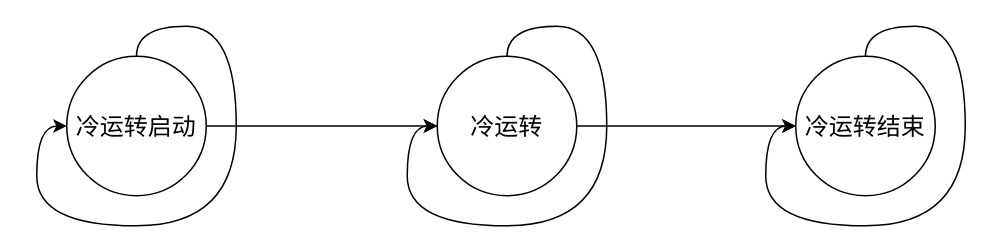
The draw.io diagram 状态转换.drawio in nianqingdeguowang/python, before the edit. Source tidied: cells renumbered, new cells numbered last; positions are measured from the earlier drawing's top-left corner, leaving out a move shared by most shapes. Both pictures are drawn from the tidied source at 150%, with x=0, y=0 at pixel (66, 56).
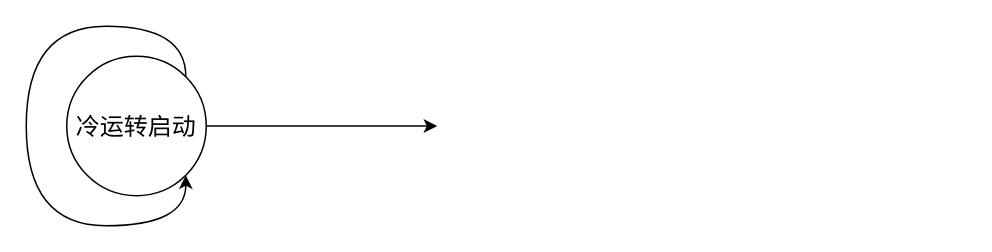
Above is the later version.

Commit message (it also covers changes not shown here):
更新状态转换.drawio

The edit, as a diff of the source:
```diff
@@
 <mxGraphModel>
   <root>
     <mxCell id="0" />
     <mxCell id="1" parent="0" />
-    <mxCell id="2" style="edgeStyle=orthogonalEdgeStyle;rounded=0;jettySize=auto;html=1;exitX=1;exitY=0.5;exitDx=0;exitDy=0;" parent="1" edge="1" source="3" target="6">
-      <mxGeometry relative="1" as="geometry" />
+    <mxCell id="2" style="edgeStyle=orthogonalEdgeStyle;rounded=0;jettySize=auto;html=1;exitX=1;exitY=0.5;exitDx=0;exitDy=0;" parent="1" edge="1" source="3">
+      <mxGeometry relative="1" as="geometry">
+        <mxPoint x="247" y="46.5" as="targetPoint" />
+      </mxGeometry>
     </mxCell>
     <mxCell id="3" value="&lt;font style=&quot;font-size: 16px;&quot;&gt;冷运转启动&lt;/font&gt;" style="ellipse;whiteSpace=wrap;html=1;" parent="1" vertex="1">
       <mxGeometry width="93" height="93" as="geometry" />
     </mxCell>
-    <mxCell id="4" style="edgeStyle=orthogonalEdgeStyle;rounded=0;orthogonalLoop=1;jettySize=auto;html=1;exitX=0.5;exitY=0;exitDx=0;exitDy=0;entryX=0;entryY=0.5;entryDx=0;entryDy=0;curved=1;" parent="1" edge="1" source="3" target="3">
-      <mxGeometry relative="1" as="geometry" />
+    <mxCell id="4" style="edgeStyle=orthogonalEdgeStyle;rounded=0;orthogonalLoop=1;jettySize=auto;html=1;exitX=1;exitY=0;exitDx=0;exitDy=0;entryX=1;entryY=1;entryDx=0;entryDy=0;curved=1;" parent="1" edge="1" source="3" target="3">
+      <mxGeometry relative="1" as="geometry">
+        <Array as="points">
+          <mxPoint x="79" y="-20" />
+          <mxPoint x="-27" y="-20" />
+          <mxPoint x="-27" y="113" />
+          <mxPoint x="79" y="113" />
+        </Array>
+      </mxGeometry>
     </mxCell>
-    <mxCell id="5" style="edgeStyle=orthogonalEdgeStyle;rounded=0;jettySize=auto;html=1;exitX=1;exitY=0.5;exitDx=0;exitDy=0;" parent="1" edge="1" source="6" target="8">
-      <mxGeometry relative="1" as="geometry" />
-    </mxCell>
-    <mxCell id="6" value="&lt;font style=&quot;font-size: 16px;&quot;&gt;冷运转&lt;/font&gt;" style="ellipse;whiteSpace=wrap;html=1;" parent="1" vertex="1">
-      <mxGeometry x="247" width="93" height="93" as="geometry" />
-    </mxCell>
-    <mxCell id="7" style="edgeStyle=orthogonalEdgeStyle;rounded=0;orthogonalLoop=1;jettySize=auto;html=1;exitX=0.5;exitY=0;exitDx=0;exitDy=0;entryX=0;entryY=0.5;entryDx=0;entryDy=0;curved=1;" parent="1" edge="1" source="6" target="6">
-      <mxGeometry relative="1" as="geometry" />
-    </mxCell>
-    <mxCell id="8" value="&lt;font style=&quot;font-size: 16px;&quot;&gt;冷运转结束&lt;/font&gt;" style="ellipse;whiteSpace=wrap;html=1;" parent="1" vertex="1">
-      <mxGeometry x="486" width="93" height="93" as="geometry" />
-    </mxCell>
-    <mxCell id="9" style="edgeStyle=orthogonalEdgeStyle;rounded=0;orthogonalLoop=1;jettySize=auto;html=1;exitX=0.5;exitY=0;exitDx=0;exitDy=0;entryX=0;entryY=0.5;entryDx=0;entryDy=0;curved=1;" parent="1" edge="1" source="8" target="8">
-      <mxGeometry relative="1" as="geometry" />
-    </mxCell>
   </root>
 </mxGraphModel>
```
